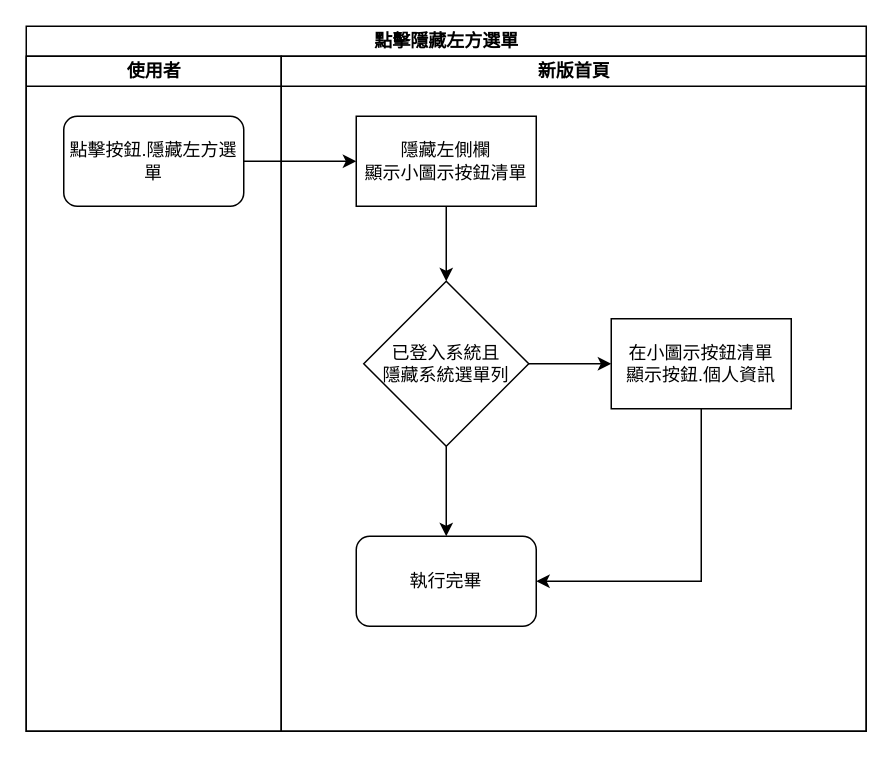
ArcareRD/sadocs keeps this draw.io diagram as page "點擊隱藏左方選單" (5 of 5) of 8.10.0/UPDATE/ITEM_10/RTE/diagram/新版首頁.drawio. Above is the earlier version. Source tidied: cells renumbered, new cells numbered last; positions are measured from the earlier drawing's top-left corner, leaving out a move shared by most shapes. Both pictures are drawn from the tidied source at 150%, with x=0, y=0 at pixel (26, 26).
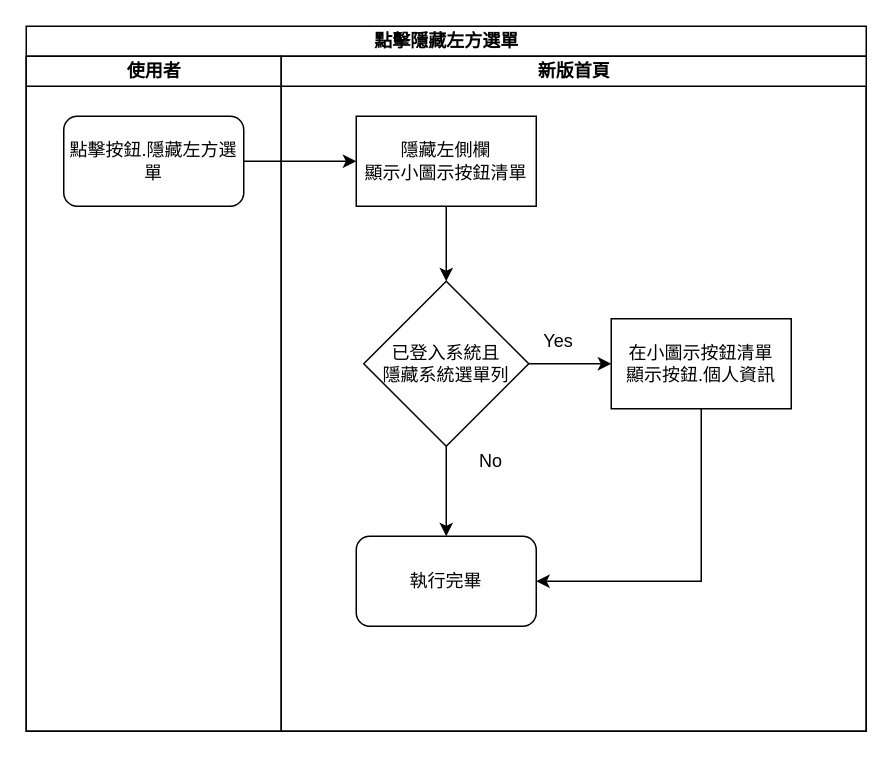
After the change.

Change to the diagram source:
```diff
@@
 <mxGraphModel>
   <root>
     <mxCell id="0" />
     <mxCell id="1" parent="0" />
     <mxCell id="2" value="點擊隱藏左方選單" style="swimlane;html=1;startSize=20;" parent="1" vertex="1">
       <mxGeometry width="560" height="470" as="geometry" />
     </mxCell>
     <mxCell id="3" value="使用者" style="swimlane;html=1;startSize=20;" parent="2" vertex="1">
       <mxGeometry y="20" width="170" height="450" as="geometry" />
     </mxCell>
     <mxCell id="4" value="&lt;span&gt;點擊按鈕.隱藏左方選單&lt;br&gt;&lt;/span&gt;" style="rounded=1;whiteSpace=wrap;html=1;" parent="3" vertex="1">
       <mxGeometry x="25" y="40" width="120" height="60" as="geometry" />
     </mxCell>
     <mxCell id="5" value="新版首頁" style="swimlane;html=1;startSize=20;" parent="2" vertex="1">
       <mxGeometry x="170" y="20" width="390" height="450" as="geometry" />
     </mxCell>
     <mxCell id="6" value="隱藏左側欄&lt;br&gt;顯示小圖示按鈕清單" style="rounded=0;whiteSpace=wrap;html=1;" parent="5" vertex="1">
       <mxGeometry x="50" y="40" width="120" height="60" as="geometry" />
     </mxCell>
     <mxCell id="7" style="edgeStyle=orthogonalEdgeStyle;rounded=0;jettySize=auto;html=1;" parent="5" edge="1" source="6" target="9">
       <mxGeometry relative="1" as="geometry" />
     </mxCell>
     <mxCell id="8" style="edgeStyle=orthogonalEdgeStyle;rounded=0;jettySize=auto;html=1;" parent="5" edge="1" source="9" target="11">
       <mxGeometry relative="1" as="geometry" />
     </mxCell>
     <mxCell id="9" value="已登入系統且&lt;br&gt;隱藏系統選單列" style="rhombus;whiteSpace=wrap;html=1;rounded=0;" parent="5" vertex="1">
       <mxGeometry x="55" y="150" width="110" height="110" as="geometry" />
     </mxCell>
     <mxCell id="10" style="edgeStyle=orthogonalEdgeStyle;rounded=0;jettySize=auto;html=1;" parent="5" edge="1" source="9" target="13">
       <mxGeometry relative="1" as="geometry" />
     </mxCell>
     <mxCell id="11" value="執行完畢" style="rounded=1;whiteSpace=wrap;html=1;" parent="5" vertex="1">
       <mxGeometry x="50" y="320" width="120" height="60" as="geometry" />
     </mxCell>
     <mxCell id="12" style="edgeStyle=orthogonalEdgeStyle;rounded=0;jettySize=auto;html=1;entryX=1;entryY=0.5;entryDx=0;entryDy=0;exitX=0.5;exitY=1;exitDx=0;exitDy=0;" parent="5" edge="1" source="13" target="11">
       <mxGeometry relative="1" as="geometry" />
     </mxCell>
+    <mxCell id="15" value="No" style="text;html=1;strokeColor=none;fillColor=none;align=center;verticalAlign=middle;whiteSpace=wrap;rounded=0;" parent="5" vertex="1">
+      <mxGeometry x="120" y="260" width="40" height="20" as="geometry" />
+    </mxCell>
+    <mxCell id="16" value="Yes" style="text;html=1;strokeColor=none;fillColor=none;align=center;verticalAlign=middle;whiteSpace=wrap;rounded=0;" parent="5" vertex="1">
+      <mxGeometry x="165" y="180" width="40" height="20" as="geometry" />
+    </mxCell>
     <mxCell id="13" value="在小圖示按鈕清單&lt;br&gt;顯示按鈕.個人資訊" style="whiteSpace=wrap;html=1;rounded=0;" parent="5" vertex="1">
       <mxGeometry x="220" y="175" width="120" height="60" as="geometry" />
     </mxCell>
     <mxCell id="14" style="edgeStyle=orthogonalEdgeStyle;rounded=0;jettySize=auto;html=1;" parent="2" edge="1" source="4" target="6">
       <mxGeometry relative="1" as="geometry" />
     </mxCell>
   </root>
 </mxGraphModel>
```
